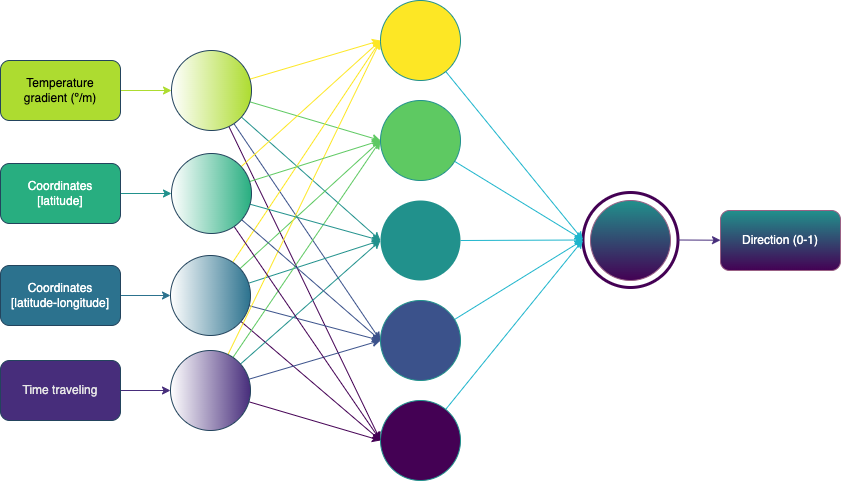
Above: ann_pygos.png in HelenaAH30/pygoscelisantarcticus_ai (draw.io), before the change. Source tidied: cells renumbered, new cells last; positions are measured from the earlier drawing's top-left corner, leaving out a move shared by most shapes.
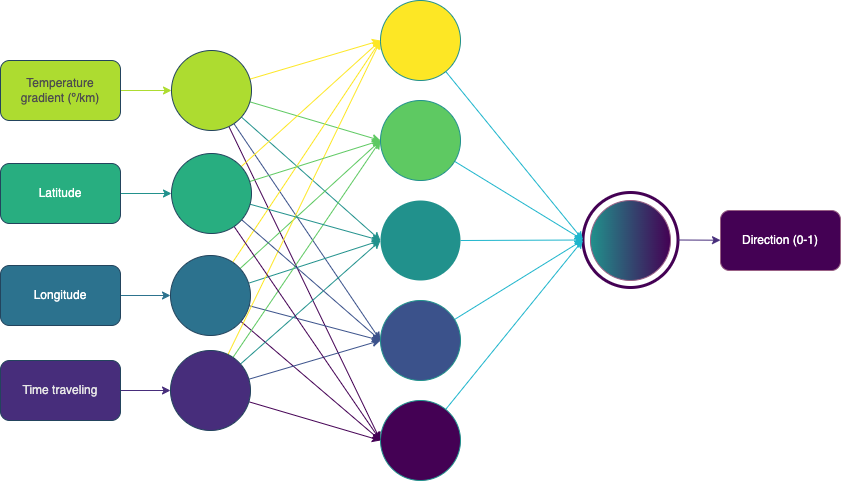
After the commit.

Commit message:
[UPD] ann pygos input names updated

Change to the diagram source:
```diff
@@ -20,7 +20,7 @@
     <mxCell id="7" style="edgeStyle=none;html=1;entryX=0;entryY=0.5;entryDx=0;entryDy=0;strokeColor=#440154;" parent="1" edge="1" source="8" target="39">
       <mxGeometry relative="1" as="geometry" />
     </mxCell>
-    <mxCell id="8" style="ellipse;whiteSpace=wrap;html=1;fillColor=#FFFFFF;strokeColor=#23445d;gradientColor=#ADDC30;gradientDirection=east;" parent="1" vertex="1">
+    <mxCell id="8" style="ellipse;whiteSpace=wrap;html=1;fillColor=#ADDC30;strokeColor=#23445d;gradientColor=none;gradientDirection=east;" parent="1" vertex="1">
       <mxGeometry x="171" y="50" width="80" height="80" as="geometry" />
     </mxCell>
     <mxCell id="9" style="edgeStyle=none;html=1;entryX=0;entryY=0.5;entryDx=0;entryDy=0;strokeColor=#5EC962;" parent="1" edge="1" source="14" target="28">
@@ -38,7 +38,7 @@
     <mxCell id="13" style="edgeStyle=none;html=1;entryX=0;entryY=0.5;entryDx=0;entryDy=0;strokeColor=#440154;" parent="1" edge="1" source="14" target="39">
       <mxGeometry relative="1" as="geometry" />
     </mxCell>
-    <mxCell id="14" style="ellipse;whiteSpace=wrap;html=1;fillColor=#FFFFFF;strokeColor=#23445d;gradientColor=#2c728e;gradientDirection=east;" parent="1" vertex="1">
+    <mxCell id="14" style="ellipse;whiteSpace=wrap;html=1;fillColor=#2C728E;strokeColor=#23445d;gradientColor=none;gradientDirection=east;" parent="1" vertex="1">
       <mxGeometry x="170" y="255" width="80" height="80" as="geometry" />
     </mxCell>
     <mxCell id="15" style="edgeStyle=none;html=1;entryX=0;entryY=0.5;entryDx=0;entryDy=0;strokeColor=#21918C;" parent="1" edge="1" source="20" target="30">
@@ -56,25 +56,25 @@
     <mxCell id="19" style="edgeStyle=none;html=1;entryX=0;entryY=0.5;entryDx=0;entryDy=0;strokeColor=#FDE725;" parent="1" edge="1" source="20" target="37">
       <mxGeometry relative="1" as="geometry" />
     </mxCell>
-    <mxCell id="20" style="ellipse;whiteSpace=wrap;html=1;fillColor=#FFFFFF;strokeColor=#23445d;gradientColor=#472d7b;gradientDirection=east;" parent="1" vertex="1">
+    <mxCell id="20" style="ellipse;whiteSpace=wrap;html=1;fillColor=#472D7B;strokeColor=#23445d;gradientColor=none;gradientDirection=east;" parent="1" vertex="1">
       <mxGeometry x="170" y="350" width="80" height="80" as="geometry" />
     </mxCell>
     <mxCell id="21" style="edgeStyle=none;html=1;strokeColor=#ADDC30;" parent="1" edge="1" source="22" target="8">
       <mxGeometry relative="1" as="geometry" />
     </mxCell>
-    <mxCell id="22" value="Temperature&lt;br&gt;gradient (º/m)" style="rounded=1;whiteSpace=wrap;html=1;fillColor=#ADDC30;strokeColor=#23445d;gradientColor=#ADDC30;gradientDirection=east;fontColor=default;" parent="1" vertex="1">
+    <mxCell id="22" value="Temperature&lt;br&gt;gradient (º/km)" style="rounded=1;whiteSpace=wrap;html=1;fillColor=#ADDC30;strokeColor=#23445d;gradientColor=none;gradientDirection=east;fontColor=#4D4D4D;labelBorderColor=none;labelBackgroundColor=none;" parent="1" vertex="1">
       <mxGeometry y="60" width="120" height="60" as="geometry" />
     </mxCell>
     <mxCell id="23" style="edgeStyle=none;html=1;strokeColor=#2C728E;fontColor=#E6E6E6;" parent="1" edge="1" source="24" target="14">
       <mxGeometry relative="1" as="geometry" />
     </mxCell>
-    <mxCell id="24" value="Coordinates&lt;br&gt;[latitude-longitude]" style="rounded=1;whiteSpace=wrap;html=1;fillColor=#2C728E;strokeColor=#23445d;gradientColor=#2c728e;gradientDirection=east;fontColor=#FFFFFF;" parent="1" vertex="1">
+    <mxCell id="24" value="Longitude" style="rounded=1;whiteSpace=wrap;html=1;fillColor=#2C728E;strokeColor=#23445d;gradientColor=none;gradientDirection=east;fontColor=#FFFFFF;" parent="1" vertex="1">
       <mxGeometry y="265" width="120" height="60" as="geometry" />
     </mxCell>
     <mxCell id="25" style="edgeStyle=none;html=1;strokeColor=#472D7B;fontColor=#E6E6E6;" parent="1" edge="1" source="26" target="20">
       <mxGeometry relative="1" as="geometry" />
     </mxCell>
-    <mxCell id="26" value="Time traveling" style="rounded=1;whiteSpace=wrap;html=1;fillColor=#472D7B;strokeColor=#23445d;gradientColor=#472D7B;gradientDirection=east;fontColor=#E6E6E6;" parent="1" vertex="1">
+    <mxCell id="26" value="Time traveling" style="rounded=1;whiteSpace=wrap;html=1;fillColor=#472D7B;strokeColor=#23445d;gradientColor=none;gradientDirection=east;fontColor=#E6E6E6;" parent="1" vertex="1">
       <mxGeometry y="360" width="120" height="60" as="geometry" />
     </mxCell>
     <mxCell id="27" style="edgeStyle=none;html=1;entryX=0;entryY=0.5;entryDx=0;entryDy=0;strokeColor=#1EB5CC;" parent="1" edge="1" source="28" target="2">
@@ -92,10 +92,10 @@
     <mxCell id="31" style="edgeStyle=none;html=1;strokeColor=#472D7B;exitX=1;exitY=0.5;exitDx=0;exitDy=0;" parent="1" edge="1" source="2" target="33">
       <mxGeometry relative="1" as="geometry" />
     </mxCell>
-    <mxCell id="32" style="ellipse;whiteSpace=wrap;html=1;fillColor=#21918C;strokeColor=#996185;gradientColor=#440154;" parent="1" vertex="1">
+    <mxCell id="32" style="ellipse;whiteSpace=wrap;html=1;fillColor=#21918C;strokeColor=#996185;gradientColor=#440154;gradientDirection=east;" parent="1" vertex="1">
       <mxGeometry x="590" y="200" width="80" height="80" as="geometry" />
     </mxCell>
-    <mxCell id="33" value="Direction (0-1)" style="rounded=1;whiteSpace=wrap;html=1;fillColor=#21918C;strokeColor=#996185;gradientColor=#440154;fontColor=#FFFFFF;" parent="1" vertex="1">
+    <mxCell id="33" value="Direction (0-1)" style="rounded=1;whiteSpace=wrap;html=1;fillColor=#440154;strokeColor=#996185;gradientColor=none;fontColor=#FFFFFF;" parent="1" vertex="1">
       <mxGeometry x="720" y="210" width="120" height="60" as="geometry" />
     </mxCell>
     <mxCell id="34" style="edgeStyle=none;html=1;entryX=0;entryY=0.5;entryDx=0;entryDy=0;strokeColor=#1EB5CC;" parent="1" edge="1" source="35" target="2">
@@ -131,13 +131,13 @@
     <mxCell id="44" style="edgeStyle=none;html=1;entryX=0;entryY=0.5;entryDx=0;entryDy=0;strokeColor=#440154;" parent="1" edge="1" source="45" target="39">
       <mxGeometry relative="1" as="geometry" />
     </mxCell>
-    <mxCell id="45" style="ellipse;whiteSpace=wrap;html=1;fillColor=#FFFFFF;strokeColor=#23445d;gradientColor=#28ae80;gradientDirection=east;" parent="1" vertex="1">
+    <mxCell id="45" style="ellipse;whiteSpace=wrap;html=1;fillColor=#28AE80;strokeColor=#23445d;gradientColor=none;gradientDirection=east;" parent="1" vertex="1">
       <mxGeometry x="171" y="153" width="80" height="80" as="geometry" />
     </mxCell>
     <mxCell id="46" style="edgeStyle=none;html=1;strokeColor=#21918C;" parent="1" edge="1" source="47" target="45">
       <mxGeometry relative="1" as="geometry" />
     </mxCell>
-    <mxCell id="47" value="Coordinates&lt;br&gt;[latitude]" style="rounded=1;whiteSpace=wrap;html=1;fillColor=#28AE80;strokeColor=#23445d;gradientColor=#28ae80;gradientDirection=east;fontColor=#FFFFFF;" parent="1" vertex="1">
+    <mxCell id="47" value="Latitude" style="rounded=1;whiteSpace=wrap;html=1;fillColor=#28AE80;strokeColor=#23445d;gradientColor=none;gradientDirection=east;fontColor=#FFFFFF;" parent="1" vertex="1">
       <mxGeometry y="163" width="120" height="60" as="geometry" />
     </mxCell>
   </root>
```
